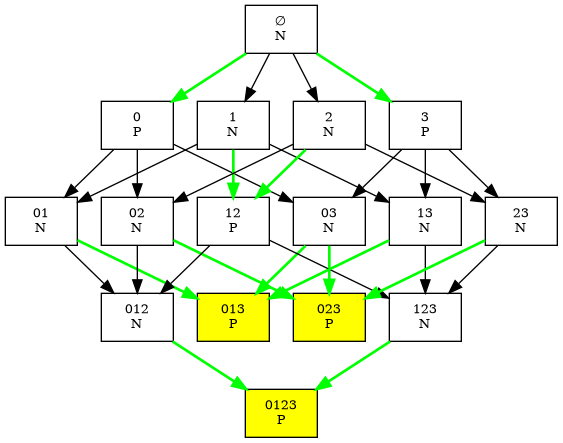
The Graphviz diagram game_tree/decision_tree_0123.png in AdirAli/sparse-ruler-n-p-position, before a commit. Its source is kept beside it as game_tree/decision_tree_0123.dot.
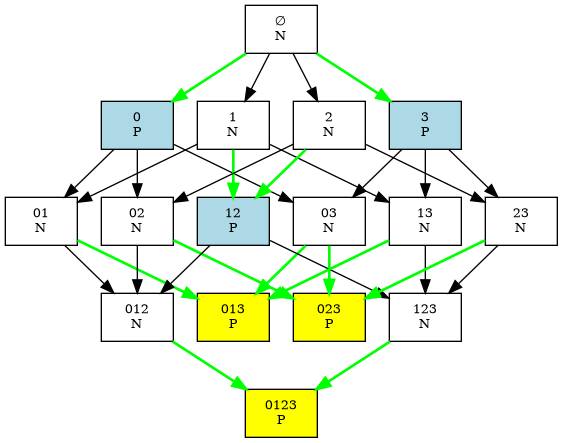
The same diagram one commit later.

The edit, as a diff of the source:
```diff
@@ -2,7 +2,7 @@
   rankdir=TB;
   node [shape=box, fontsize=10];
   n0 [label="∅\nN"];
-  n1 [label="0\nP"];
+  n1 [label="0\nP", style=filled, fillcolor=lightblue];
   n2 [label="01\nN"];
   n3 [label="012\nN"];
   n4 [label="0123\nP", style=filled, fillcolor=yellow];
@@ -11,12 +11,12 @@
   n7 [label="023\nP", style=filled, fillcolor=yellow];
   n8 [label="03\nN"];
   n9 [label="1\nN"];
-  n10 [label="12\nP"];
+  n10 [label="12\nP", style=filled, fillcolor=lightblue];
   n11 [label="123\nN"];
   n12 [label="13\nN"];
   n13 [label="2\nN"];
   n14 [label="23\nN"];
-  n15 [label="3\nP"];
+  n15 [label="3\nP", style=filled, fillcolor=lightblue];
 
   n0 -> n1 [color=green, penwidth=2.0];
   n0 -> n9;
```
